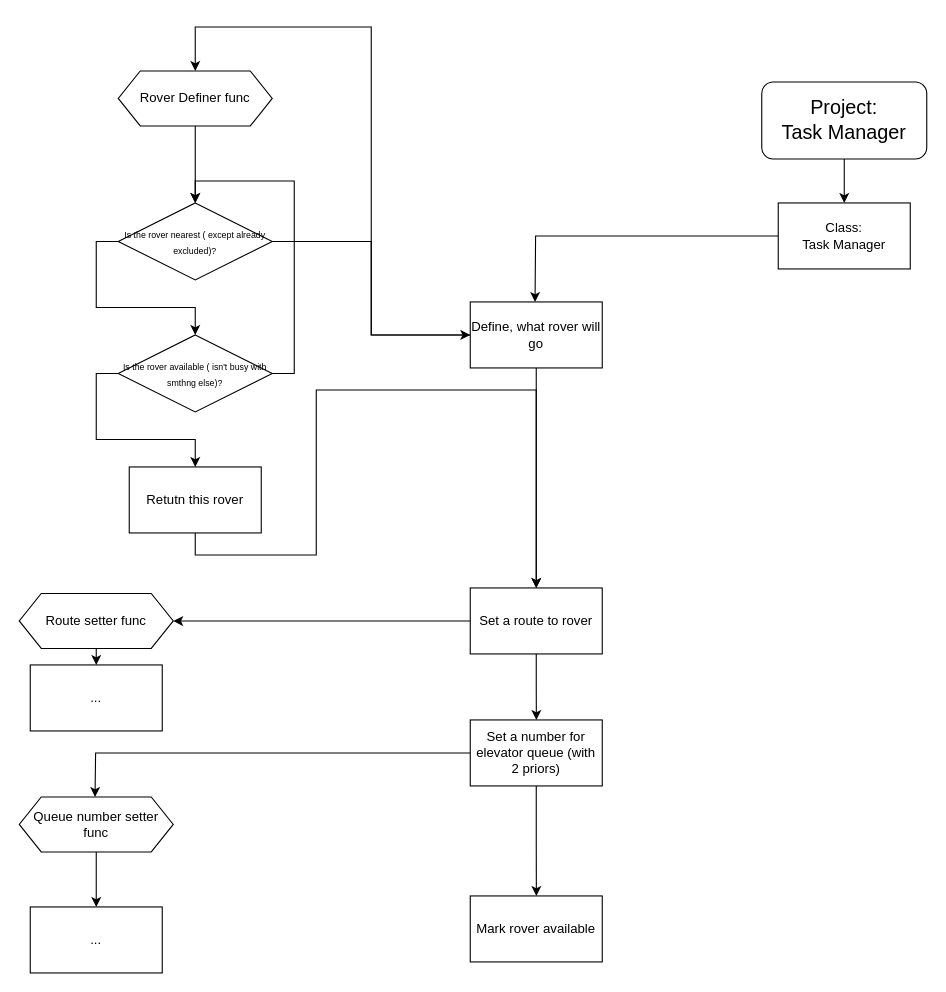
Before: Диаграмма без названия.drawio in Pipikadro/Task_Manager_Drawio, a draw.io diagram. Source tidied: cells renumbered, new cells numbered last; positions are measured from the earlier drawing's top-left corner, leaving out a move shared by most shapes. Both pictures are drawn from the tidied source at 110%, with x=0, y=0 at pixel (19, 26).
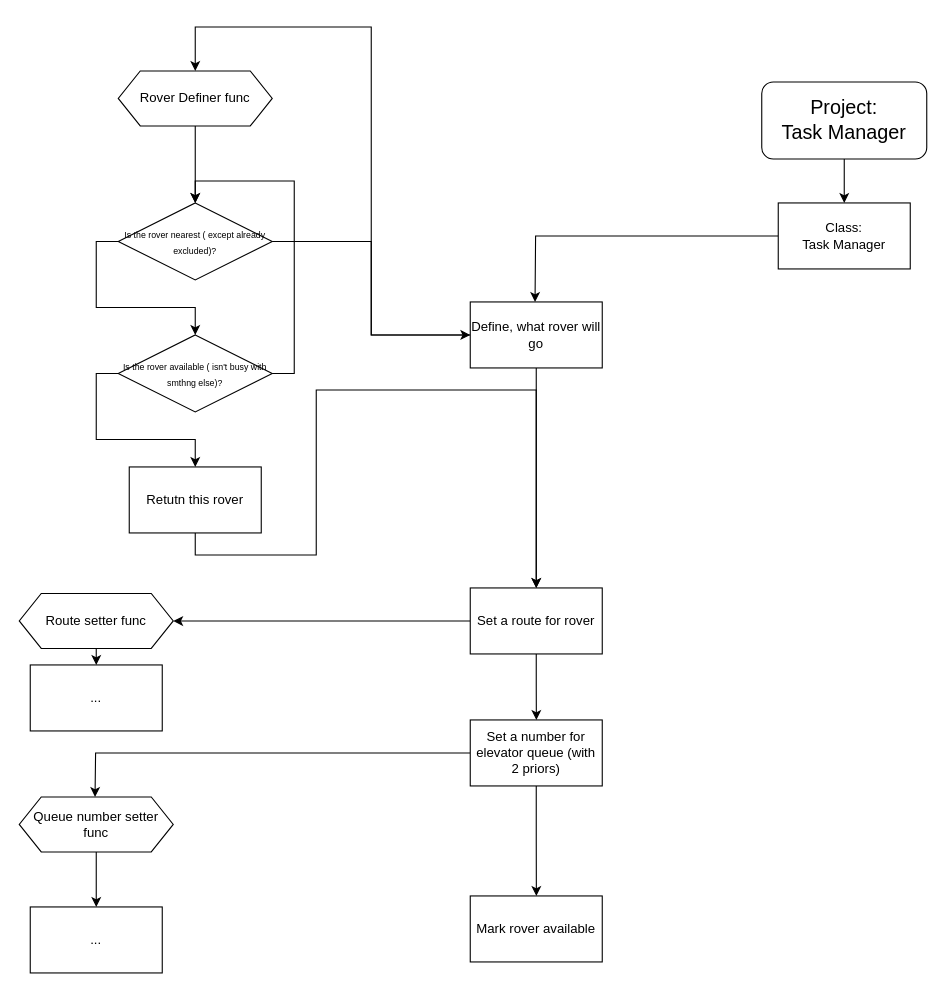
After the change.

Diff of the diagram source:
```diff
@@
-    <mxCell id="19" value="Set a route to rover" style="rounded=0;whiteSpace=wrap;html=1;" parent="1" vertex="1">
+    <mxCell id="19" value="Set a route for rover" style="rounded=0;whiteSpace=wrap;html=1;" parent="1" vertex="1">
       <mxGeometry x="410" y="510" width="120" height="60" as="geometry" />
     </mxCell>
```
